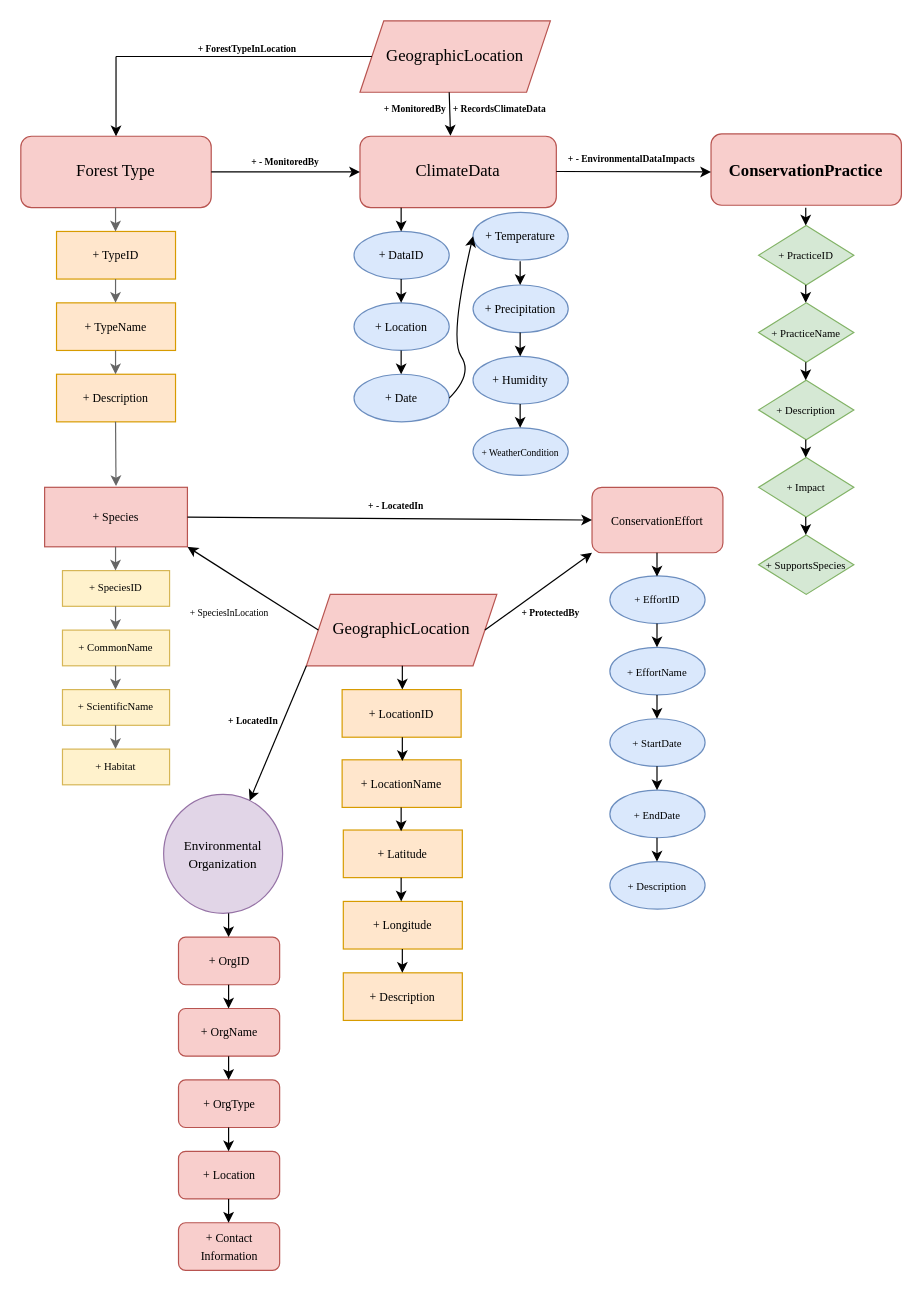
PhamHanni/Files keeps this draw.io diagram as Untitled Diagram.drawio. Above is the earlier version. Source tidied: cells renumbered, new cells numbered last; positions are measured from the earlier drawing's top-left corner, leaving out a move shared by most shapes. Both pictures are drawn from the tidied source at 119%, with x=0, y=0 at pixel (20, 20).
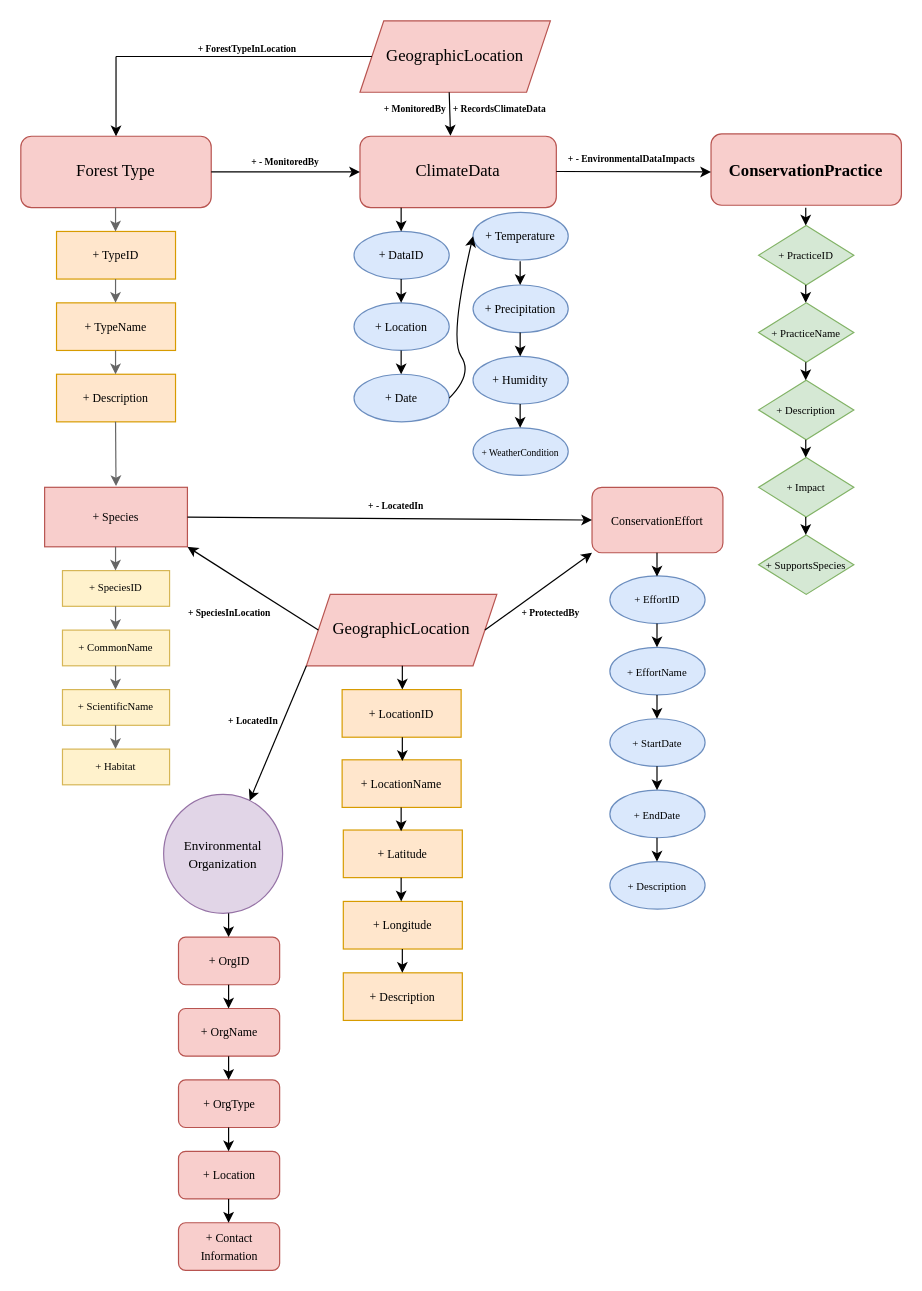
The same diagram, later.

Diff of the diagram source:
```diff
@@
-    <mxCell id="83" value="&lt;font style=&quot;font-size: 8px;&quot; face=&quot;Garamond&quot;&gt;+ SpeciesInLocation&lt;/font&gt;" style="text;html=1;align=center;verticalAlign=middle;strokeColor=none;fillColor=none;" parent="1" vertex="1">
+    <mxCell id="83" value="&lt;font style=&quot;font-size: 8px;&quot; face=&quot;Garamond&quot;&gt;&lt;b&gt;+ SpeciesInLocation&lt;/b&gt;&lt;/font&gt;" style="text;html=1;align=center;verticalAlign=middle;strokeColor=none;fillColor=none;" parent="1" vertex="1">
       <mxGeometry x="130" y="482" width="90" height="30" as="geometry" />
     </mxCell>
```
